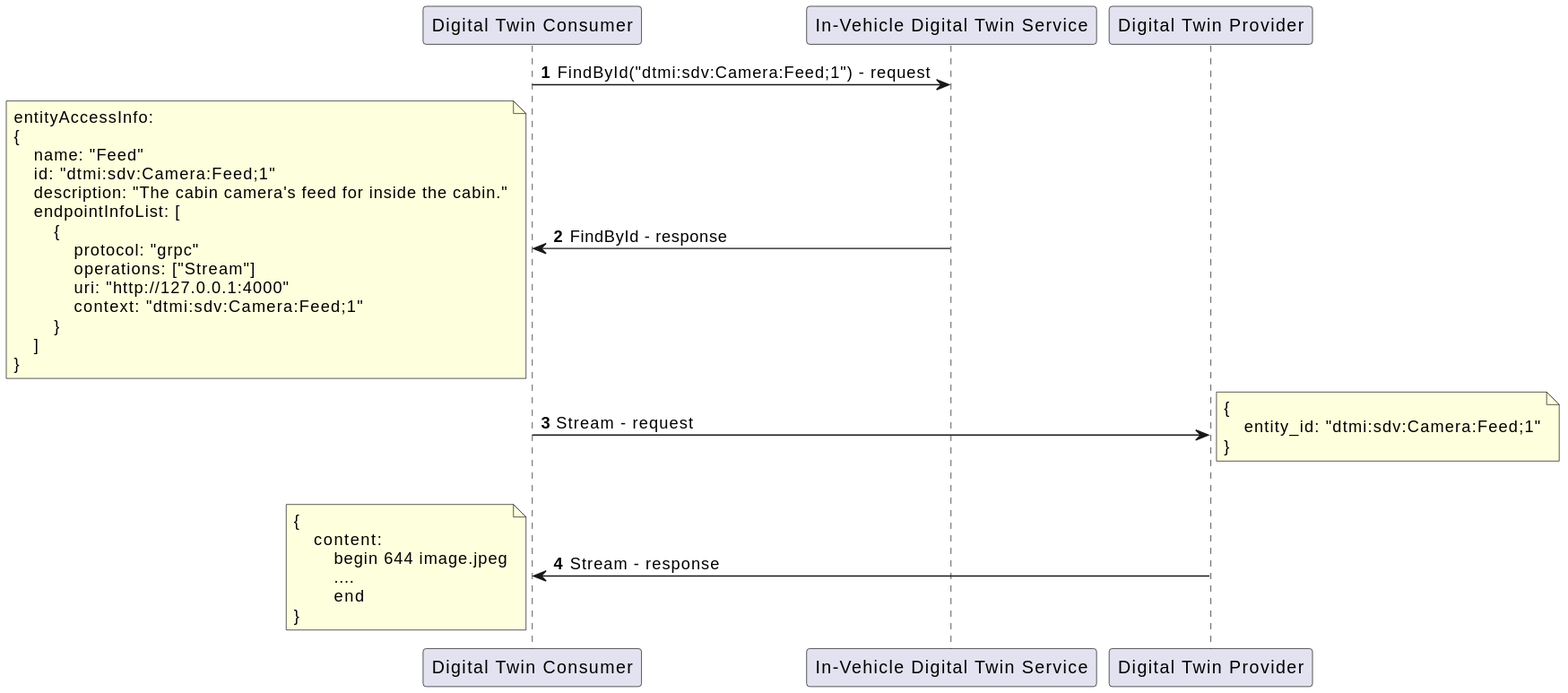
Earlier version of the PlantUML export docs/design/diagrams/stream_sequence.svg (eclipse-ibeji/ibeji).
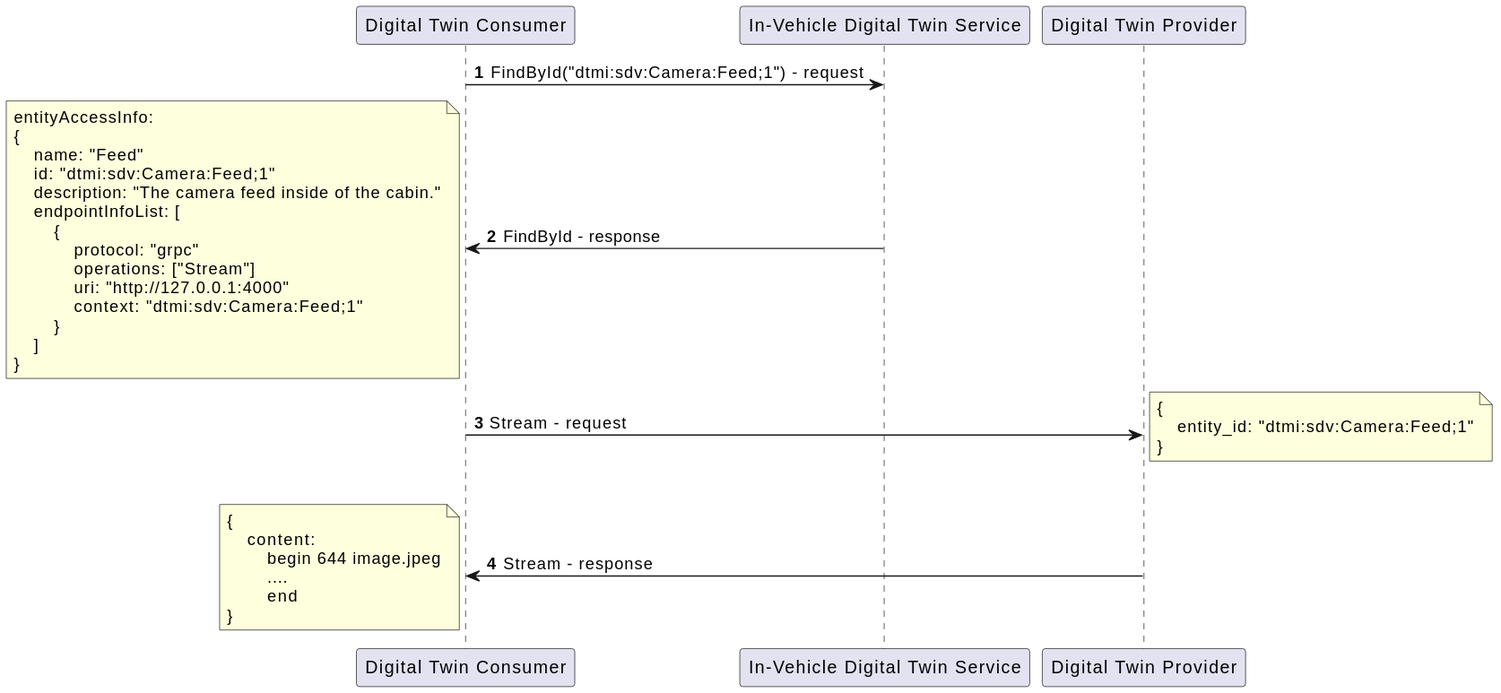
The same file after the commit.

What changed in the source:
```diff
@@ -8,7 +8,7 @@
 {
     name: "Feed"
     id: "dtmi:sdv:Camera:Feed;1"
-    description: "The cabin camera's feed for inside the cabin."
+    description: "The camera feed inside of the cabin."
     endpointInfoList: [
         {
             protocol: "grpc"
```
